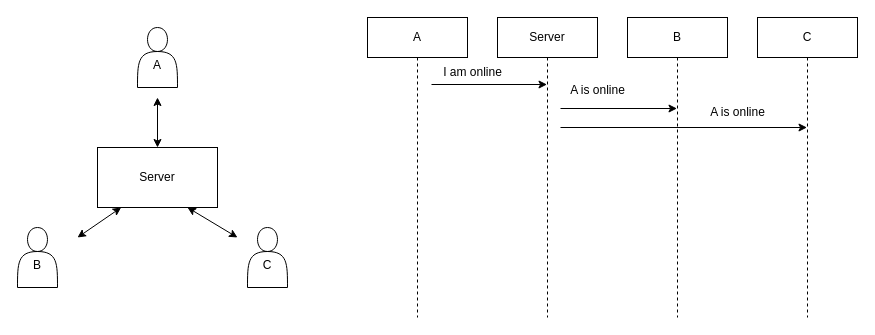
jingz-dev/blog-assets keeps this draw.io diagram as page "Page-1" (1 of 3) of consistent_status.drawio. Above is the earlier version. Source tidied: cells renumbered, new cells numbered last; positions are measured from the earlier drawing's top-left corner, leaving out a move shared by most shapes. Both pictures are drawn from the tidied source at 100%, with x=0, y=0 at pixel (17, 17).
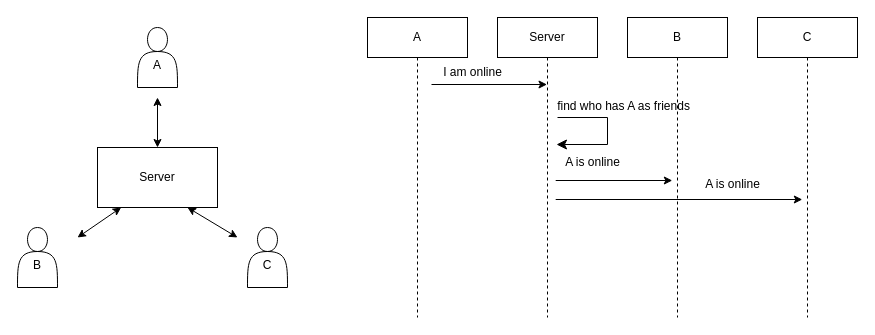
Above is the later version.

The change refers to these unchanged cells:
```xml
<mxCell id="11" value="B" style="shape=umlLifeline;perimeter=lifelinePerimeter;whiteSpace=wrap;html=1;outlineConnect=0;portConstraint=eastwest;newEdgeStyle={&quot;curved&quot;:0,&quot;rounded&quot;:0};" parent="1" vertex="1">
  <mxGeometry x="610" width="100" height="300" as="geometry" />
</mxCell>
<mxCell id="12" value="C" style="shape=umlLifeline;perimeter=lifelinePerimeter;whiteSpace=wrap;html=1;outlineConnect=0;portConstraint=eastwest;newEdgeStyle={&quot;curved&quot;:0,&quot;rounded&quot;:0};" parent="1" vertex="1">
  <mxGeometry x="740" width="100" height="300" as="geometry" />
</mxCell>
```

Diff of the diagram source:
```diff
@@
-    <mxCell id="15" style="endArrow=classic;html=1;rounded=0;" parent="1" edge="1" target="11">
+    <mxCell id="15" style="endArrow=classic;html=1;rounded=0;" parent="1" edge="1">
       <mxGeometry relative="1" as="geometry">
-        <mxPoint x="543" y="91" as="sourcePoint" />
+        <mxPoint x="538.2" y="163" as="sourcePoint" />
+        <mxPoint x="654.8" y="163" as="targetPoint" />
       </mxGeometry>
     </mxCell>
-    <mxCell id="16" style="endArrow=classic;html=1;rounded=0;" parent="1" edge="1" target="12">
+    <mxCell id="16" style="endArrow=classic;html=1;rounded=0;" parent="1" edge="1">
       <mxGeometry relative="1" as="geometry">
-        <mxPoint x="543" y="110" as="sourcePoint" />
+        <mxPoint x="538.2" y="182" as="sourcePoint" />
+        <mxPoint x="784.8" y="182" as="targetPoint" />
       </mxGeometry>
     </mxCell>
     <mxCell id="17" value="A is online" style="text;html=1;align=center;verticalAlign=middle;strokeColor=none;fillColor=none;" parent="1" vertex="1">
-      <mxGeometry x="540" y="58" width="80" height="30" as="geometry" />
+      <mxGeometry x="535.2" y="130" width="80" height="30" as="geometry" />
     </mxCell>
     <mxCell id="18" value="A is online" style="text;html=1;align=center;verticalAlign=middle;strokeColor=none;fillColor=none;" parent="1" vertex="1">
-      <mxGeometry x="680" y="80" width="80" height="30" as="geometry" />
+      <mxGeometry x="675.2" y="152" width="80" height="30" as="geometry" />
     </mxCell>
+    <mxCell id="19" style="edgeStyle=segmentEdgeStyle;endArrow=classic;html=1;curved=0;rounded=0;endSize=8;startSize=8;" parent="1" edge="1">
+      <mxGeometry relative="1" as="geometry">
+        <mxPoint x="540" y="100" as="sourcePoint" />
+        <mxPoint x="539" y="127" as="targetPoint" />
+        <Array as="points">
+          <mxPoint x="590" y="100" />
+          <mxPoint x="590" y="127" />
+        </Array>
+      </mxGeometry>
+    </mxCell>
+    <mxCell id="20" value="find who has A as friends" style="text;html=1;align=center;verticalAlign=middle;strokeColor=none;fillColor=none;" parent="1" vertex="1">
+      <mxGeometry x="526" y="74" width="160" height="30" as="geometry" />
+    </mxCell>
```
